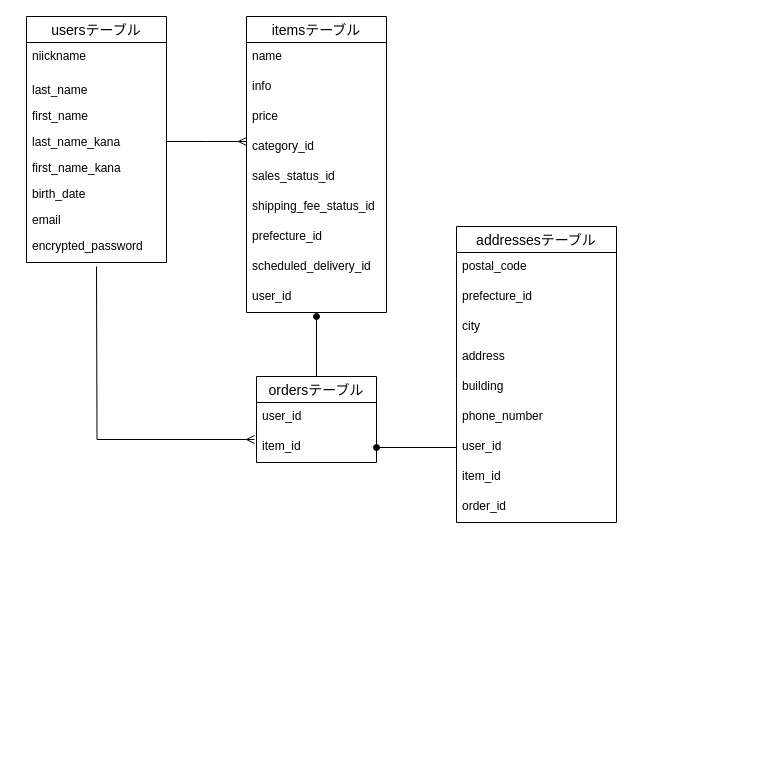
Before: furima.dio in kim-shun/furima-35524, a draw.io diagram. Source tidied: cells renumbered, new cells numbered last; positions are measured from the earlier drawing's top-left corner, leaving out a move shared by most shapes. Both pictures are drawn from the tidied source at 100%, with x=0, y=0 at pixel (26, 16).
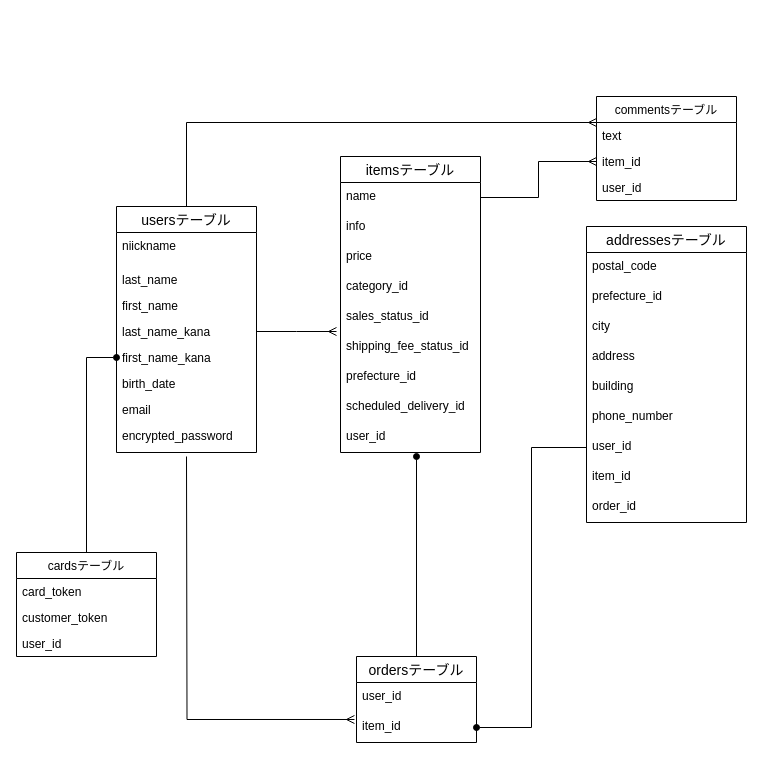
Above is the later version.

Commit message (it also covers changes not shown here):
テーブル設計

Unchanged cells that the change refers to:
```xml
<mxCell id="6" value="last_name_kana" style="text;strokeColor=none;fillColor=none;spacingLeft=4;spacingRight=4;overflow=hidden;points=[[0,0.5],[1,0.5]];portConstraint=eastwest;fontSize=12;" parent="2" vertex="1">
  <mxGeometry y="112" width="140" height="26" as="geometry" />
</mxCell>
<mxCell id="7" value="first_name_kana" style="text;strokeColor=none;fillColor=none;spacingLeft=4;spacingRight=4;overflow=hidden;points=[[0,0.5],[1,0.5]];portConstraint=eastwest;fontSize=12;" parent="2" vertex="1">
  <mxGeometry y="138" width="140" height="26" as="geometry" />
</mxCell>
<mxCell id="12" value="name" style="text;strokeColor=none;fillColor=none;spacingLeft=4;spacingRight=4;overflow=hidden;points=[[0,0.5],[1,0.5]];portConstraint=eastwest;fontSize=12;" parent="11" vertex="1">
  <mxGeometry y="26" width="140" height="30" as="geometry" />
</mxCell>
<mxCell id="24" value="item_id" style="text;strokeColor=none;fillColor=none;spacingLeft=4;spacingRight=4;overflow=hidden;points=[[0,0.5],[1,0.5]];portConstraint=eastwest;fontSize=12;" parent="22" vertex="1">
  <mxGeometry y="56" width="120" height="30" as="geometry" />
</mxCell>
```

Change to the diagram source:
```diff
@@
+    <mxCell id="38" style="edgeStyle=orthogonalEdgeStyle;rounded=0;jettySize=auto;html=1;exitX=0.5;exitY=0;exitDx=0;exitDy=0;entryX=0;entryY=0.25;entryDx=0;entryDy=0;endArrow=ERmany;endFill=0;" parent="1" edge="1" source="2" target="45">
+      <mxGeometry relative="1" as="geometry" />
+    </mxCell>
     <mxCell id="2" value="usersテーブル" style="swimlane;fontStyle=0;horizontal=1;startSize=26;align=center;fontSize=14;" parent="1" vertex="1">
-      <mxGeometry width="140" height="246" as="geometry" />
+      <mxGeometry x="90" y="190" width="140" height="246" as="geometry" />
     </mxCell>
@@
     <mxCell id="11" value="itemsテーブル" style="swimlane;fontStyle=0;horizontal=1;startSize=26;align=center;fontSize=14;" parent="1" vertex="1">
-      <mxGeometry x="220" width="140" height="296" as="geometry" />
+      <mxGeometry x="314" y="140" width="140" height="296" as="geometry" />
     </mxCell>
@@
     <mxCell id="21" style="edgeStyle=orthogonalEdgeStyle;rounded=0;jettySize=auto;html=1;exitX=0.5;exitY=0;exitDx=0;exitDy=0;endArrow=oval;endFill=1;" parent="1" edge="1" source="22">
       <mxGeometry relative="1" as="geometry">
-        <mxPoint x="290" y="300" as="targetPoint" />
+        <mxPoint x="390" y="440" as="targetPoint" />
       </mxGeometry>
     </mxCell>
     <mxCell id="22" value="ordersテーブル" style="swimlane;fontStyle=0;horizontal=1;startSize=26;align=center;fontSize=14;" parent="1" vertex="1">
-      <mxGeometry x="230" y="360" width="120" height="86" as="geometry" />
+      <mxGeometry x="330" y="640" width="120" height="86" as="geometry" />
     </mxCell>
@@
     <mxCell id="25" value="addressesテーブル" style="swimlane;fontStyle=0;horizontal=1;startSize=26;align=center;fontSize=14;" parent="1" vertex="1">
-      <mxGeometry x="430" y="210" width="160" height="296" as="geometry" />
+      <mxGeometry x="560" y="210" width="160" height="296" as="geometry" />
     </mxCell>
@@
-    <mxCell id="35" style="edgeStyle=orthogonalEdgeStyle;rounded=0;jettySize=auto;html=1;exitX=1;exitY=0.5;exitDx=0;exitDy=0;endArrow=ERmany;endFill=0;" parent="1" edge="1" source="6">
-      <mxGeometry relative="1" as="geometry">
-        <mxPoint x="220" y="125" as="targetPoint" />
-      </mxGeometry>
-    </mxCell>
     <mxCell id="36" style="edgeStyle=orthogonalEdgeStyle;rounded=0;jettySize=auto;html=1;entryX=-0.017;entryY=0.233;entryDx=0;entryDy=0;entryPerimeter=0;endArrow=ERmany;endFill=0;" parent="1" edge="1" target="24">
       <mxGeometry relative="1" as="geometry">
-        <mxPoint x="70" y="250" as="sourcePoint" />
+        <mxPoint x="160" y="440" as="sourcePoint" />
       </mxGeometry>
     </mxCell>
@@
+    <mxCell id="39" style="edgeStyle=orthogonalEdgeStyle;rounded=0;jettySize=auto;html=1;exitX=1;exitY=0.5;exitDx=0;exitDy=0;endArrow=ERmany;endFill=0;" parent="1" edge="1" source="6">
+      <mxGeometry relative="1" as="geometry">
+        <mxPoint x="310" y="315" as="targetPoint" />
+      </mxGeometry>
+    </mxCell>
+    <mxCell id="40" style="edgeStyle=orthogonalEdgeStyle;rounded=0;jettySize=auto;html=1;entryX=0;entryY=0.5;entryDx=0;entryDy=0;endArrow=oval;endFill=1;" parent="1" edge="1" source="41" target="7">
+      <mxGeometry relative="1" as="geometry" />
+    </mxCell>
+    <mxCell id="41" value="cardsテーブル" style="swimlane;fontStyle=0;horizontal=1;startSize=26;fillColor=none;" parent="1" vertex="1">
+      <mxGeometry x="-10" y="536" width="140" height="104" as="geometry" />
+    </mxCell>
+    <mxCell id="42" value="card_token" style="text;strokeColor=none;fillColor=none;align=left;verticalAlign=top;spacingLeft=4;spacingRight=4;overflow=hidden;" parent="41" vertex="1">
+      <mxGeometry y="26" width="140" height="26" as="geometry" />
+    </mxCell>
+    <mxCell id="43" value="customer_token" style="text;strokeColor=none;fillColor=none;align=left;verticalAlign=top;spacingLeft=4;spacingRight=4;overflow=hidden;" parent="41" vertex="1">
+      <mxGeometry y="52" width="140" height="26" as="geometry" />
+    </mxCell>
+    <mxCell id="44" value="user_id" style="text;strokeColor=none;fillColor=none;align=left;verticalAlign=top;spacingLeft=4;spacingRight=4;overflow=hidden;" parent="41" vertex="1">
+      <mxGeometry y="78" width="140" height="26" as="geometry" />
+    </mxCell>
+    <mxCell id="45" value="commentsテーブル" style="swimlane;fontStyle=0;horizontal=1;startSize=26;fillColor=none;" parent="1" vertex="1">
+      <mxGeometry x="570" y="80" width="140" height="104" as="geometry" />
+    </mxCell>
+    <mxCell id="46" value="text" style="text;strokeColor=none;fillColor=none;align=left;verticalAlign=top;spacingLeft=4;spacingRight=4;overflow=hidden;" parent="45" vertex="1">
+      <mxGeometry y="26" width="140" height="26" as="geometry" />
+    </mxCell>
+    <mxCell id="47" value="item_id" style="text;strokeColor=none;fillColor=none;align=left;verticalAlign=top;spacingLeft=4;spacingRight=4;overflow=hidden;points=[[0,0.5],[1,0.5]];portConstraint=eastwest;" parent="45" vertex="1">
+      <mxGeometry y="52" width="140" height="26" as="geometry" />
+    </mxCell>
+    <mxCell id="48" value="user_id" style="text;strokeColor=none;fillColor=none;align=left;verticalAlign=top;spacingLeft=4;spacingRight=4;overflow=hidden;" parent="45" vertex="1">
+      <mxGeometry y="78" width="140" height="26" as="geometry" />
+    </mxCell>
+    <mxCell id="49" style="edgeStyle=orthogonalEdgeStyle;rounded=0;jettySize=auto;html=1;exitX=1;exitY=0.5;exitDx=0;exitDy=0;entryX=0;entryY=0.5;entryDx=0;entryDy=0;endArrow=ERmany;endFill=0;" parent="1" edge="1" source="12" target="47">
+      <mxGeometry relative="1" as="geometry" />
+    </mxCell>
```
